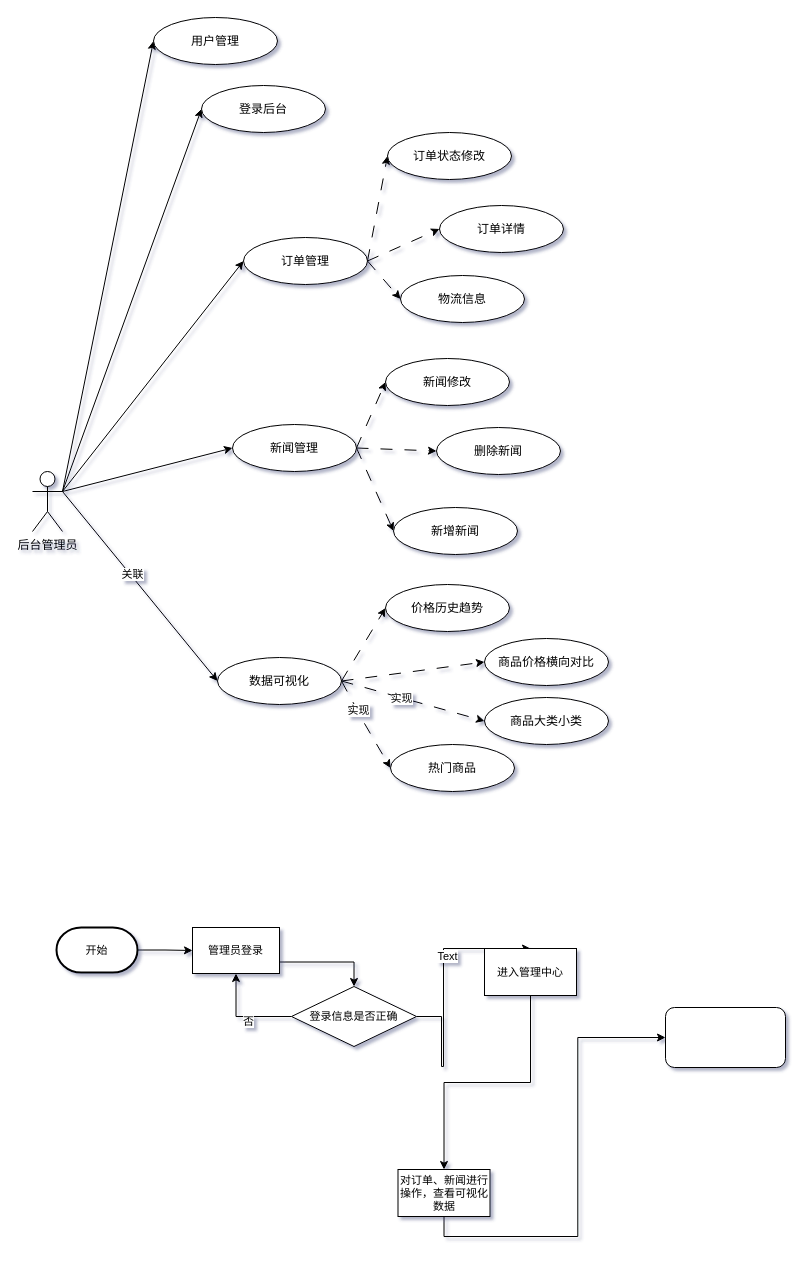
This is 测试.drawio from SuperSparta117/drawio_liuchengtu, a draw.io file, before an edit. Source tidied: cells renumbered, new cells numbered last; positions are measured from the earlier drawing's top-left corner, leaving out a move shared by most shapes. Both pictures are drawn from the tidied source at 100%, with x=0, y=0 at pixel (32, 17).
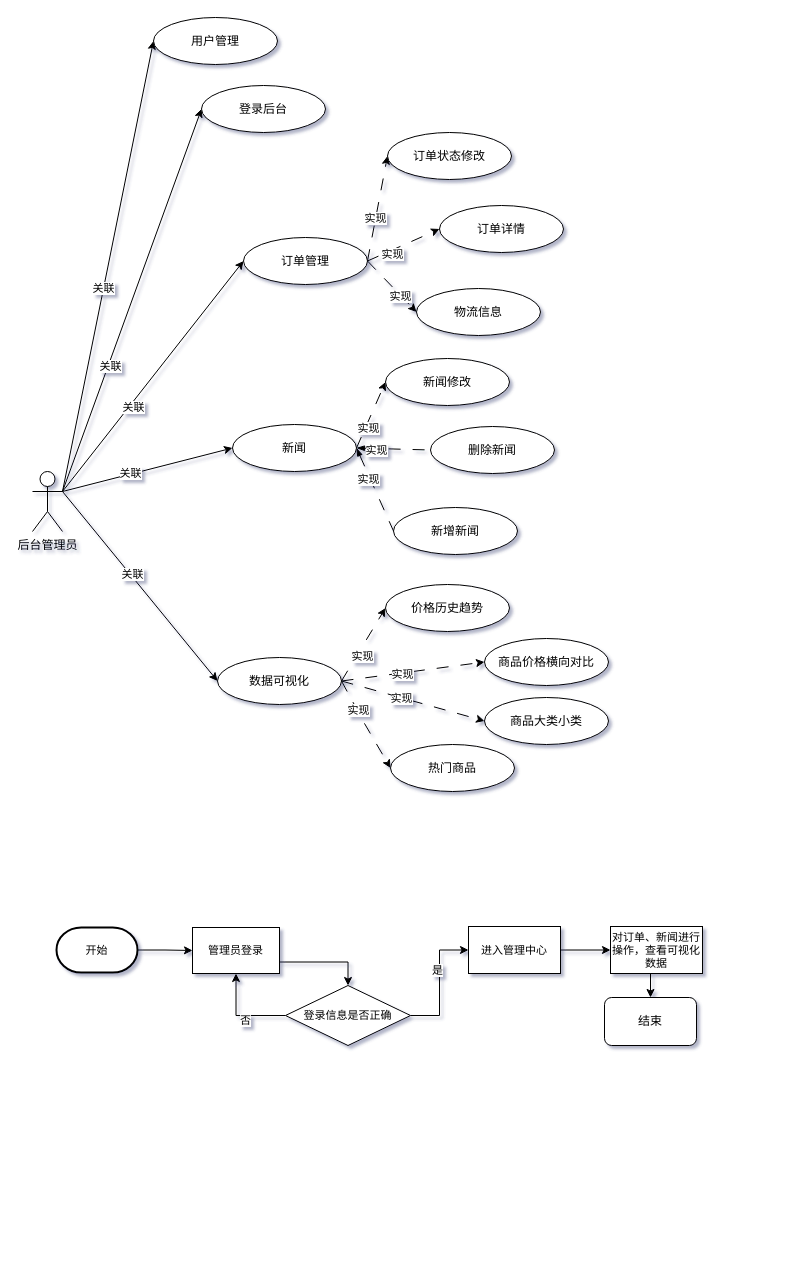
Above is the later version.

The change refers to these unchanged cells:
```xml
<mxCell id="2" style="rounded=0;jettySize=auto;html=1;exitX=1;exitY=0.3333333333333333;exitDx=0;exitDy=0;exitPerimeter=0;entryX=0;entryY=0.5;entryDx=0;entryDy=0;" parent="1" edge="1" source="8" target="9">
  <mxGeometry relative="1" as="geometry" />
</mxCell>
<mxCell id="3" style="rounded=0;jettySize=auto;html=1;exitX=1;exitY=0.3333333333333333;exitDx=0;exitDy=0;exitPerimeter=0;entryX=0;entryY=0.5;entryDx=0;entryDy=0;" parent="1" edge="1" source="8" target="21">
  <mxGeometry relative="1" as="geometry" />
</mxCell>
<mxCell id="6" style="rounded=0;jettySize=auto;html=1;exitX=1;exitY=0.3333333333333333;exitDx=0;exitDy=0;exitPerimeter=0;entryX=0;entryY=0.5;entryDx=0;entryDy=0;" parent="1" edge="1" source="8" target="10">
  <mxGeometry relative="1" as="geometry" />
</mxCell>
<mxCell id="7" style="rounded=0;jettySize=auto;html=1;exitX=1;exitY=0.3333333333333333;exitDx=0;exitDy=0;exitPerimeter=0;entryX=0;entryY=0.5;entryDx=0;entryDy=0;" parent="1" edge="1" source="8" target="14">
  <mxGeometry relative="1" as="geometry" />
</mxCell>
<mxCell id="11" style="edgeStyle=none;shape=connector;rounded=0;jettySize=auto;html=1;exitX=1;exitY=0.5;exitDx=0;exitDy=0;entryX=0;entryY=0.5;entryDx=0;entryDy=0;dashed=1;dashPattern=12 12;labelBackgroundColor=default;strokeColor=default;fontFamily=Helvetica;fontSize=11;fontColor=default;endArrow=classic;" parent="1" edge="1" source="14" target="15">
  <mxGeometry relative="1" as="geometry" />
</mxCell>
<mxCell id="12" style="edgeStyle=none;shape=connector;rounded=0;jettySize=auto;html=1;exitX=1;exitY=0.5;exitDx=0;exitDy=0;entryX=0;entryY=0.5;entryDx=0;entryDy=0;dashed=1;dashPattern=12 12;labelBackgroundColor=default;strokeColor=default;fontFamily=Helvetica;fontSize=11;fontColor=default;endArrow=classic;" parent="1" edge="1" source="14" target="16">
  <mxGeometry relative="1" as="geometry" />
</mxCell>
<mxCell id="13" style="edgeStyle=none;shape=connector;rounded=0;jettySize=auto;html=1;exitX=1;exitY=0.5;exitDx=0;exitDy=0;entryX=0;entryY=0.5;entryDx=0;entryDy=0;dashed=1;dashPattern=12 12;labelBackgroundColor=default;strokeColor=default;fontFamily=Helvetica;fontSize=11;fontColor=default;endArrow=classic;" parent="1" edge="1" source="14" target="17">
  <mxGeometry relative="1" as="geometry" />
</mxCell>
<mxCell id="18" style="edgeStyle=none;shape=connector;rounded=0;jettySize=auto;html=1;exitX=1;exitY=0.5;exitDx=0;exitDy=0;entryX=0;entryY=0.5;entryDx=0;entryDy=0;dashed=1;dashPattern=12 12;labelBackgroundColor=default;strokeColor=default;fontFamily=Helvetica;fontSize=11;fontColor=default;endArrow=classic;" parent="1" edge="1" source="21" target="22">
  <mxGeometry relative="1" as="geometry" />
</mxCell>
<mxCell id="24" value="新增新闻" style="ellipse;whiteSpace=wrap;html=1;" parent="1" vertex="1">
  <mxGeometry x="361" y="490" width="124" height="47" as="geometry" />
</mxCell>
<mxCell id="25" style="rounded=0;jettySize=auto;html=1;exitX=1;exitY=0.5;exitDx=0;exitDy=0;entryX=0;entryY=0.5;entryDx=0;entryDy=0;dashed=1;dashPattern=12 12;" parent="1" edge="1" source="31" target="32">
  <mxGeometry relative="1" as="geometry" />
</mxCell>
<mxCell id="26" style="rounded=0;jettySize=auto;html=1;exitX=1;exitY=0.5;exitDx=0;exitDy=0;entryX=0;entryY=0.5;entryDx=0;entryDy=0;dashed=1;dashPattern=12 12;" parent="1" edge="1" source="31" target="33">
  <mxGeometry relative="1" as="geometry" />
</mxCell>
```

Change to the diagram source:
```diff
@@
+    <mxCell id="50" value="关联" style="edgeLabel;html=1;align=center;verticalAlign=middle;" parent="2" vertex="1">
+      <mxGeometry x="-0.1" y="1" relative="1" as="geometry" />
+    </mxCell>
@@
+    <mxCell id="51" value="关联" style="edgeLabel;html=1;align=center;verticalAlign=middle;" parent="3" vertex="1">
+      <mxGeometry x="-0.2" y="1" relative="1" as="geometry" />
+    </mxCell>
@@
+    <mxCell id="52" value="关联" style="edgeLabel;html=1;align=center;verticalAlign=middle;" parent="6" vertex="1">
+      <mxGeometry x="-0.34" y="-2" relative="1" as="geometry" />
+    </mxCell>
@@
+    <mxCell id="53" value="关联" style="edgeLabel;html=1;align=center;verticalAlign=middle;" parent="7" vertex="1">
+      <mxGeometry x="-0.25" y="-3" relative="1" as="geometry" />
+    </mxCell>
@@
+    <mxCell id="54" value="实现" style="edgeLabel;html=1;align=center;verticalAlign=middle;" parent="11" vertex="1">
+      <mxGeometry x="-0.18" y="1" relative="1" as="geometry" />
+    </mxCell>
@@
+    <mxCell id="55" value="实现" style="edgeLabel;html=1;align=center;verticalAlign=middle;" parent="12" vertex="1">
+      <mxGeometry x="-0.37" y="-3" relative="1" as="geometry" />
+    </mxCell>
@@
+    <mxCell id="56" value="实现" style="edgeLabel;html=1;align=center;verticalAlign=middle;" parent="13" vertex="1">
+      <mxGeometry x="0.36" y="-1" relative="1" as="geometry" />
+    </mxCell>
@@
     <mxCell id="17" value="物流信息" style="ellipse;whiteSpace=wrap;html=1;" parent="1" vertex="1">
-      <mxGeometry x="368" y="258" width="124" height="47" as="geometry" />
+      <mxGeometry x="384" y="271" width="124" height="47" as="geometry" />
     </mxCell>
@@
+    <mxCell id="57" value="实现" style="edgeLabel;html=1;align=center;verticalAlign=middle;" parent="18" vertex="1">
+      <mxGeometry x="-0.35" y="-3" relative="1" as="geometry" />
+    </mxCell>
-    <mxCell id="19" style="edgeStyle=none;shape=connector;rounded=0;jettySize=auto;html=1;exitX=1;exitY=0.5;exitDx=0;exitDy=0;entryX=0;entryY=0.5;entryDx=0;entryDy=0;dashed=1;dashPattern=12 12;labelBackgroundColor=default;strokeColor=default;fontFamily=Helvetica;fontSize=11;fontColor=default;endArrow=classic;" parent="1" edge="1" source="21" target="23">
+    <mxCell id="19" style="edgeStyle=none;shape=connector;rounded=0;jettySize=auto;html=1;exitX=1;exitY=0.5;exitDx=0;exitDy=0;entryX=0;entryY=0.5;entryDx=0;entryDy=0;dashed=1;dashPattern=12 12;labelBackgroundColor=default;strokeColor=default;fontFamily=Helvetica;fontSize=11;fontColor=default;endArrow=none;startArrow=blockThin;startFill=1;endFill=0;" parent="1" edge="1" source="21" target="23">
       <mxGeometry relative="1" as="geometry" />
     </mxCell>
+    <mxCell id="58" value="实现" style="edgeLabel;html=1;align=center;verticalAlign=middle;" parent="19" vertex="1">
+      <mxGeometry x="-0.45" y="-1" relative="1" as="geometry" />
+    </mxCell>
-    <mxCell id="20" style="edgeStyle=none;shape=connector;rounded=0;jettySize=auto;html=1;exitX=1;exitY=0.5;exitDx=0;exitDy=0;entryX=0;entryY=0.5;entryDx=0;entryDy=0;dashed=1;dashPattern=12 12;labelBackgroundColor=default;strokeColor=default;fontFamily=Helvetica;fontSize=11;fontColor=default;endArrow=classic;" parent="1" edge="1" source="21" target="24">
+    <mxCell id="20" style="edgeStyle=none;shape=connector;rounded=0;jettySize=auto;html=1;exitX=1;exitY=0.5;exitDx=0;exitDy=0;entryX=0;entryY=0.5;entryDx=0;entryDy=0;dashed=1;dashPattern=12 12;labelBackgroundColor=default;strokeColor=default;fontFamily=Helvetica;fontSize=11;fontColor=default;endArrow=none;endFill=0;startArrow=blockThin;startFill=1;" parent="1" edge="1" source="21" target="24">
       <mxGeometry relative="1" as="geometry" />
     </mxCell>
+    <mxCell id="59" value="实现" style="edgeLabel;html=1;align=center;verticalAlign=middle;" parent="20" vertex="1">
+      <mxGeometry x="-0.28" y="-1" relative="1" as="geometry">
+        <mxPoint x="-1" as="offset" />
+      </mxGeometry>
+    </mxCell>
-    <mxCell id="21" value="新闻管理" style="ellipse;whiteSpace=wrap;html=1;" parent="1" vertex="1">
+    <mxCell id="21" value="新闻" style="ellipse;whiteSpace=wrap;html=1;" parent="1" vertex="1">
       <mxGeometry x="200" y="407" width="124" height="47" as="geometry" />
     </mxCell>
@@
     <mxCell id="23" value="删除新闻" style="ellipse;whiteSpace=wrap;html=1;" parent="1" vertex="1">
-      <mxGeometry x="404" y="410" width="124" height="47" as="geometry" />
+      <mxGeometry x="398" y="409" width="124" height="47" as="geometry" />
     </mxCell>
@@
+    <mxCell id="60" value="实现" style="edgeLabel;html=1;align=center;verticalAlign=middle;" parent="25" vertex="1">
+      <mxGeometry x="-0.25" y="-5" relative="1" as="geometry" />
+    </mxCell>
@@
+    <mxCell id="61" value="实现" style="edgeLabel;html=1;align=center;verticalAlign=middle;" parent="26" vertex="1">
+      <mxGeometry x="-0.15" y="-1" relative="1" as="geometry" />
+    </mxCell>
@@
-    <mxCell id="42" style="edgeStyle=orthogonalEdgeStyle;shape=connector;rounded=0;jettySize=auto;html=1;exitX=1;exitY=0.5;exitDx=0;exitDy=0;entryX=0.5;entryY=0;entryDx=0;entryDy=0;labelBackgroundColor=default;strokeColor=default;fontFamily=Helvetica;fontSize=11;fontColor=default;endArrow=classic;" parent="1" edge="1" source="44" target="46">
-      <mxGeometry relative="1" as="geometry">
-        <Array as="points">
-          <mxPoint x="409" y="999" />
-          <mxPoint x="409" y="1049" />
-          <mxPoint x="411" y="1049" />
-        </Array>
-      </mxGeometry>
+    <mxCell id="42" style="edgeStyle=orthogonalEdgeStyle;rounded=0;jettySize=auto;html=1;exitX=1;exitY=0.5;exitDx=0;exitDy=0;entryX=0;entryY=0.5;entryDx=0;entryDy=0;" parent="1" edge="1" source="44" target="46">
+      <mxGeometry relative="1" as="geometry" />
     </mxCell>
-    <mxCell id="43" value="Text" style="edgeLabel;html=1;align=center;verticalAlign=middle;" parent="42" vertex="1">
-      <mxGeometry x="0.33" y="-3" relative="1" as="geometry" />
-    </mxCell>
+    <mxCell id="62" value="是" style="edgeLabel;html=1;align=center;verticalAlign=middle;" parent="42" vertex="1">
+      <mxGeometry x="0.21" y="3" relative="1" as="geometry" />
+    </mxCell>
     <mxCell id="44" value="登录信息是否正确" style="rhombus;whiteSpace=wrap;html=1;fontFamily=Helvetica;fontSize=11;fontColor=default;" parent="1" vertex="1">
-      <mxGeometry x="259" y="969" width="125" height="60" as="geometry" />
+      <mxGeometry x="253" y="968" width="125" height="60" as="geometry" />
     </mxCell>
-    <mxCell id="45" style="edgeStyle=orthogonalEdgeStyle;shape=connector;rounded=0;jettySize=auto;html=1;exitX=0.5;exitY=1;exitDx=0;exitDy=0;entryX=0.5;entryY=0;entryDx=0;entryDy=0;labelBackgroundColor=default;strokeColor=default;fontFamily=Helvetica;fontSize=11;fontColor=default;endArrow=classic;" parent="1" edge="1" source="46" target="48">
+    <mxCell id="45" style="edgeStyle=orthogonalEdgeStyle;shape=connector;rounded=0;jettySize=auto;html=1;exitX=1;exitY=0.5;exitDx=0;exitDy=0;entryX=0;entryY=0.5;entryDx=0;entryDy=0;labelBackgroundColor=default;strokeColor=default;fontFamily=Helvetica;fontSize=11;fontColor=default;endArrow=classic;" parent="1" edge="1" source="46" target="48">
       <mxGeometry relative="1" as="geometry" />
     </mxCell>
     <mxCell id="46" value="进入管理中心" style="rounded=0;whiteSpace=wrap;html=1;fontFamily=Helvetica;fontSize=11;fontColor=default;" parent="1" vertex="1">
-      <mxGeometry x="452" y="931" width="92" height="47" as="geometry" />
+      <mxGeometry x="436" y="909" width="92" height="47" as="geometry" />
     </mxCell>
-    <mxCell id="47" style="edgeStyle=orthogonalEdgeStyle;shape=connector;rounded=0;jettySize=auto;html=1;exitX=0.5;exitY=1;exitDx=0;exitDy=0;entryX=0;entryY=0.5;entryDx=0;entryDy=0;labelBackgroundColor=default;strokeColor=default;fontFamily=Helvetica;fontSize=11;fontColor=default;endArrow=classic;" parent="1" edge="1" source="48" target="49">
+    <mxCell id="47" style="edgeStyle=orthogonalEdgeStyle;shape=connector;rounded=0;jettySize=auto;html=1;exitX=0.5;exitY=1;exitDx=0;exitDy=0;entryX=0.5;entryY=0;entryDx=0;entryDy=0;labelBackgroundColor=default;strokeColor=default;fontFamily=Helvetica;fontSize=11;fontColor=default;endArrow=classic;" parent="1" edge="1" source="48" target="49">
       <mxGeometry relative="1" as="geometry" />
     </mxCell>
     <mxCell id="48" value="对订单、新闻进行操作，查看可视化数据" style="rounded=0;whiteSpace=wrap;html=1;fontFamily=Helvetica;fontSize=11;fontColor=default;" parent="1" vertex="1">
-      <mxGeometry x="365.5" y="1152" width="92" height="47" as="geometry" />
+      <mxGeometry x="578" y="909" width="92" height="47" as="geometry" />
     </mxCell>
-    <mxCell id="49" style="rounded=1;whiteSpace=wrap;html=1;" parent="1" vertex="1">
-      <mxGeometry x="633" y="990" width="120" height="60" as="geometry" />
+    <mxCell id="49" value="结束" style="rounded=1;whiteSpace=wrap;html=1;" parent="1" vertex="1">
+      <mxGeometry x="572" y="980" width="92" height="48" as="geometry" />
     </mxCell>
```
